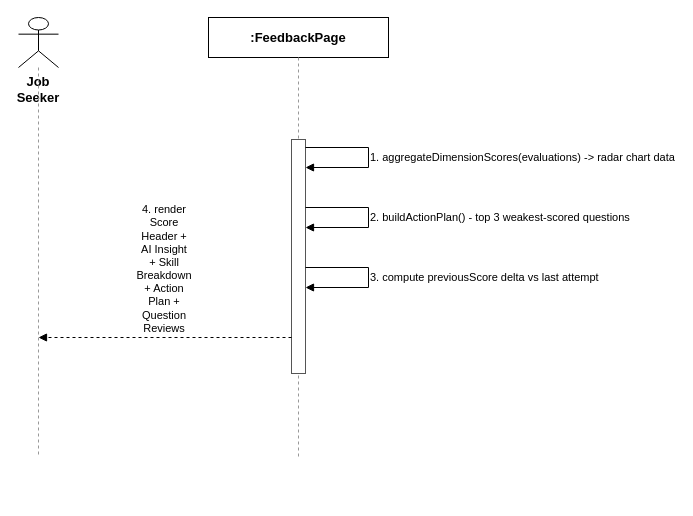
This is docs/qa/Tu_SequenceDiagram/11_View_Interview_Summary.drawio from tulklk/AI_Interview_Question_Generation_RAG_LLM_FE, a draw.io file, before an edit. Source tidied: cells renumbered, new cells numbered last; positions are measured from the earlier drawing's top-left corner, leaving out a move shared by most shapes. Both pictures are drawn from the tidied source at 100%, with x=0, y=0 at pixel (18, 17).
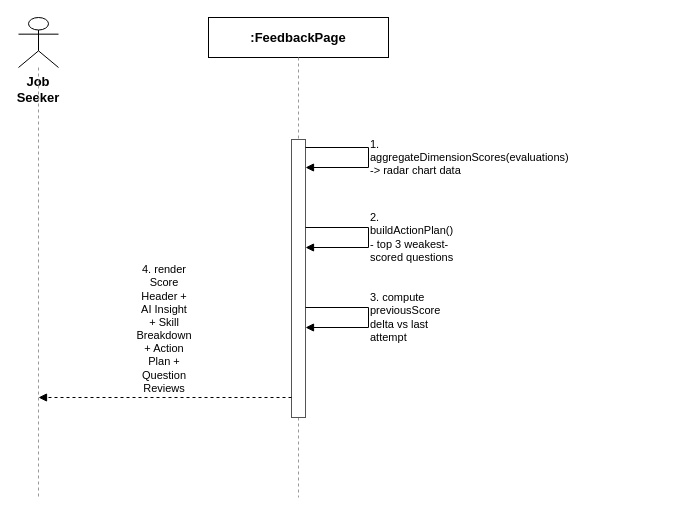
After the change.

Diff of the diagram source:
```diff
@@
     <mxCell id="3" style="endArrow=none;dashed=1;html=1;strokeColor=#999999;" parent="1" edge="1">
       <mxGeometry relative="1" as="geometry">
         <mxPoint x="20" y="50" as="sourcePoint" />
-        <mxPoint x="20" y="440" as="targetPoint" />
+        <mxPoint x="20" y="480" as="targetPoint" />
       </mxGeometry>
     </mxCell>
@@
     <mxCell id="5" style="endArrow=none;dashed=1;html=1;strokeColor=#999999;" parent="1" edge="1">
       <mxGeometry relative="1" as="geometry">
         <mxPoint x="280" y="40" as="sourcePoint" />
-        <mxPoint x="280" y="440" as="targetPoint" />
+        <mxPoint x="280" y="480" as="targetPoint" />
       </mxGeometry>
     </mxCell>
     <mxCell id="6" style="rounded=0;whiteSpace=wrap;html=1;fillColor=#ffffff;strokeColor=#555555;" parent="1" vertex="1">
-      <mxGeometry x="273" y="122" width="14" height="234" as="geometry" />
+      <mxGeometry x="273" y="122" width="14" height="278" as="geometry" />
     </mxCell>
-    <mxCell id="7" value="1. aggregateDimensionScores(evaluations) -&gt; radar chart data" style="endArrow=block;endFill=1;html=1;fontSize=11;align=left;verticalAlign=middle;labelBackgroundColor=#ffffff;rounded=0;strokeColor=#000000;" parent="1" edge="1">
+    <mxCell id="7" value="1. aggregateDimensionScores(evaluations) -&gt; radar chart data" style="endArrow=block;endFill=1;html=1;whiteSpace=wrap;fontSize=11;align=left;verticalAlign=middle;labelBackgroundColor=#ffffff;rounded=0;strokeColor=#000000;" parent="1" edge="1">
       <mxGeometry relative="1" as="geometry">
         <mxPoint x="287" y="130" as="sourcePoint" />
         <mxPoint x="287" y="150" as="targetPoint" />
         <Array as="points">
           <mxPoint x="350" y="130" />
           <mxPoint x="350" y="150" />
         </Array>
       </mxGeometry>
     </mxCell>
-    <mxCell id="8" value="2. buildActionPlan() - top 3 weakest-scored questions" style="endArrow=block;endFill=1;html=1;fontSize=11;align=left;verticalAlign=middle;labelBackgroundColor=#ffffff;rounded=0;strokeColor=#000000;" parent="1" edge="1">
+    <mxCell id="8" value="2. buildActionPlan() - top 3 weakest-scored questions" style="endArrow=block;endFill=1;html=1;whiteSpace=wrap;fontSize=11;align=left;verticalAlign=middle;labelBackgroundColor=#ffffff;rounded=0;strokeColor=#000000;" parent="1" edge="1">
       <mxGeometry relative="1" as="geometry">
-        <mxPoint x="287" y="190" as="sourcePoint" />
-        <mxPoint x="287" y="210" as="targetPoint" />
+        <mxPoint x="287" y="210" as="sourcePoint" />
+        <mxPoint x="287" y="230" as="targetPoint" />
         <Array as="points">
-          <mxPoint x="350" y="190" />
           <mxPoint x="350" y="210" />
+          <mxPoint x="350" y="230" />
         </Array>
       </mxGeometry>
     </mxCell>
-    <mxCell id="9" value="3. compute previousScore delta vs last attempt" style="endArrow=block;endFill=1;html=1;fontSize=11;align=left;verticalAlign=middle;labelBackgroundColor=#ffffff;rounded=0;strokeColor=#000000;" parent="1" edge="1">
+    <mxCell id="9" value="3. compute previousScore delta vs last attempt" style="endArrow=block;endFill=1;html=1;whiteSpace=wrap;fontSize=11;align=left;verticalAlign=middle;labelBackgroundColor=#ffffff;rounded=0;strokeColor=#000000;" parent="1" edge="1">
       <mxGeometry relative="1" as="geometry">
-        <mxPoint x="287" y="250" as="sourcePoint" />
-        <mxPoint x="287" y="270" as="targetPoint" />
+        <mxPoint x="287" y="290" as="sourcePoint" />
+        <mxPoint x="287" y="310" as="targetPoint" />
         <Array as="points">
-          <mxPoint x="350" y="250" />
-          <mxPoint x="350" y="270" />
+          <mxPoint x="350" y="290" />
+          <mxPoint x="350" y="310" />
         </Array>
       </mxGeometry>
     </mxCell>
     <mxCell id="10" value="4. render Score Header + AI Insight + Skill Breakdown + Action Plan + Question Reviews" style="endArrow=block;endFill=1;html=1;whiteSpace=wrap;dashed=1;fontSize=11;align=center;verticalAlign=bottom;labelBackgroundColor=#ffffff;strokeColor=#000000;" parent="1" edge="1">
       <mxGeometry relative="1" as="geometry">
-        <mxPoint x="273" y="320" as="sourcePoint" />
-        <mxPoint x="20" y="320" as="targetPoint" />
+        <mxPoint x="273" y="380" as="sourcePoint" />
+        <mxPoint x="20" y="380" as="targetPoint" />
       </mxGeometry>
     </mxCell>
```
